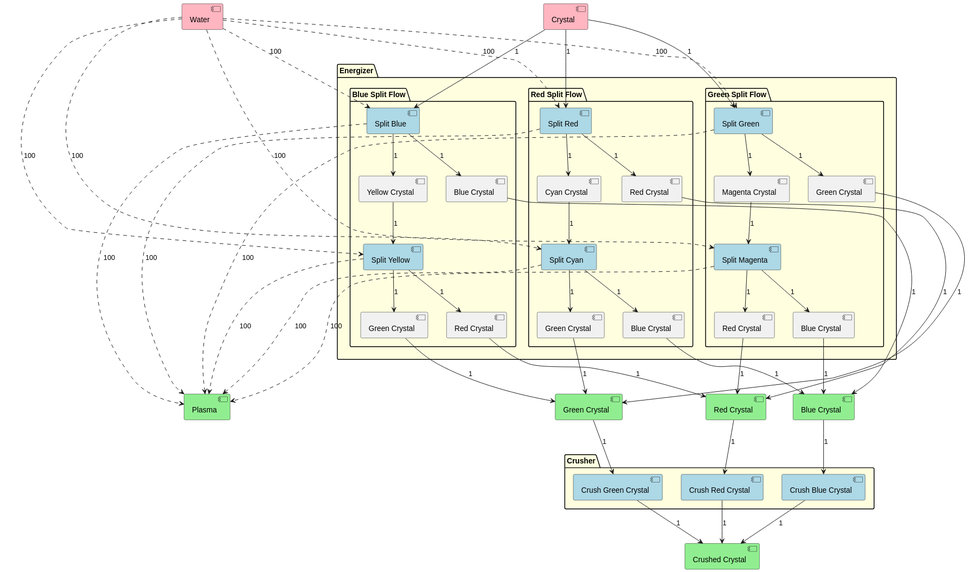
The PlantUML diagram Documentation/ColoredFlow.svg in Thomas-De-Praetere/CrystalMod, before a commit.
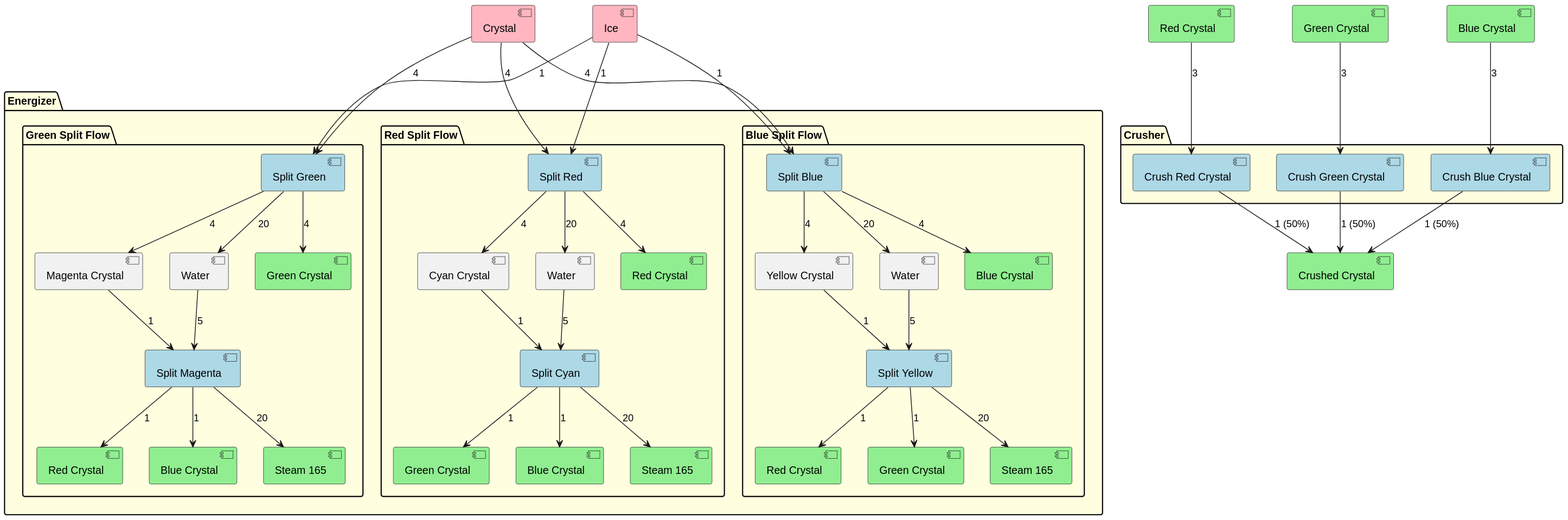
The same file after the commit.

The edit, as a diff of the source:
```diff
@@ -4,39 +4,46 @@
 hide circle
 
 [Crystal] as C #lightpink
-[Water] as W #lightpink
+[Ice] as I #lightpink
+
 
 [Red Crystal] as RC #lightgreen
 [Green Crystal] as GC #lightgreen
 [Blue Crystal] as BC #lightgreen
 [Crushed Crystal] as CCr #lightgreen
-[Plasma] as PA #lightgreen
 
 package Energizer #lightyellow {
+
 package "Green Split Flow" {
 [Split Green] as SG #lightblue
 [Split Magenta] as SM #lightblue
 [Magenta Crystal] as MC
-[Red Crystal] as RC1
-[Green Crystal] as GC1
-[Blue Crystal] as BC1
+[Water] as W1
+[Red Crystal] as RC1 #lightgreen
+[Green Crystal] as GC1 #lightgreen
+[Blue Crystal] as BC1 #lightgreen
+[Steam 165] as ST1 #lightgreen
 }
 package "Red Split Flow" {
 [Split Red] as SR #lightblue
 [Split Cyan] as SC #lightblue
 [Cyan Crystal] as CC
-[Red Crystal] as RC2
-[Green Crystal] as GC2
-[Blue Crystal] as BC2
+[Water] as W2
+[Red Crystal] as RC2 #lightgreen
+[Green Crystal] as GC2 #lightgreen
+[Blue Crystal] as BC2 #lightgreen
+[Steam 165] as ST2 #lightgreen
 
 }
 package "Blue Split Flow" {
 [Split Blue] as SB #lightblue
 [Split Yellow] as SY #lightblue
 [Yellow Crystal] as YC
-[Red Crystal] as RC3
-[Green Crystal] as GC3
-[Blue Crystal] as BC3
+[Water] as W3
+[Red Crystal] as RC3 #lightgreen
+[Green Crystal] as GC3 #lightgreen
+[Blue Crystal] as BC3 #lightgreen
+[Steam 165] as ST3 #lightgreen
 }
 }
 
@@ -46,62 +53,45 @@
 [Crush Blue Crystal] as CrB #lightblue
 }
 
-SG ...> PA : 100
-SM ...> PA : 100
-SR ...> PA : 100
-SC ...> PA : 100
-SB ...> PA : 100
-SY ...> PA : 100
-
-W ..> SG : 100
-W ..> SM : 100
-W ..> SR : 100
-W ..> SC : 100
-W ..> SB : 100
-W ..> SY : 100
-
-C --> SG  : 1
-SG --> GC1 : 1
-SG --> MC : 1
-
-C --> SR : 1
-SR --> RC2 : 1
-SR --> CC : 1
-
-C --> SB : 1
-SB --> BC3 : 1
-SB --> YC : 1
-
-YC --> SY : 1
-SY --> RC3 : 1
-SY --> GC3 : 1
-
-CC --> SC : 1
-SC --> GC2 : 1
-SC --> BC2 : 1
-
+C --> SG : 4
+I --> SG : 1
+SG --> GC1 : 4
+SG --> MC : 4
+SG --> W1 : 20
 MC --> SM : 1
+W1 --> SM : 5
 SM --> BC1 : 1
 SM --> RC1 : 1
+SM --> ST1 : 20
 
-RC1 --> RC : 1
-RC2 --> RC : 1
-RC3 --> RC : 1
+C --> SR : 4
+I --> SR : 1
+SR --> RC2 : 4
+SR --> CC : 4
+SR --> W2 : 20
+CC --> SC : 1
+W2 --> SC : 5
+SC --> BC2 : 1
+SC --> GC2 : 1
+SC --> ST2 : 20
 
-GC1 --> GC : 1
-GC2 --> GC : 1
-GC3 --> GC : 1
+C --> SB : 4
+I --> SB : 1
+SB --> BC3 : 4
+SB --> YC : 4
+SB --> W3 : 20
+YC --> SY : 1
+W3 --> SY : 5
+SY --> GC3 : 1
+SY --> RC3 : 1
+SY --> ST3 : 20
 
-BC1 --> BC : 1
-BC2 --> BC : 1
-BC3 --> BC : 1
+BC --> CrB : 3
+CrB --> CCr : 1 (50%)
 
-BC --> CrB : 1
-CrB --> CCr : 1
+RC --> CrR : 3
+CrR --> CCr : 1 (50%)
 
-RC --> CrR : 1
-CrR --> CCr : 1
-
-GC --> CrG : 1
-CrG --> CCr : 1
+GC --> CrG : 3
+CrG --> CCr : 1 (50%)
 @enduml
```
